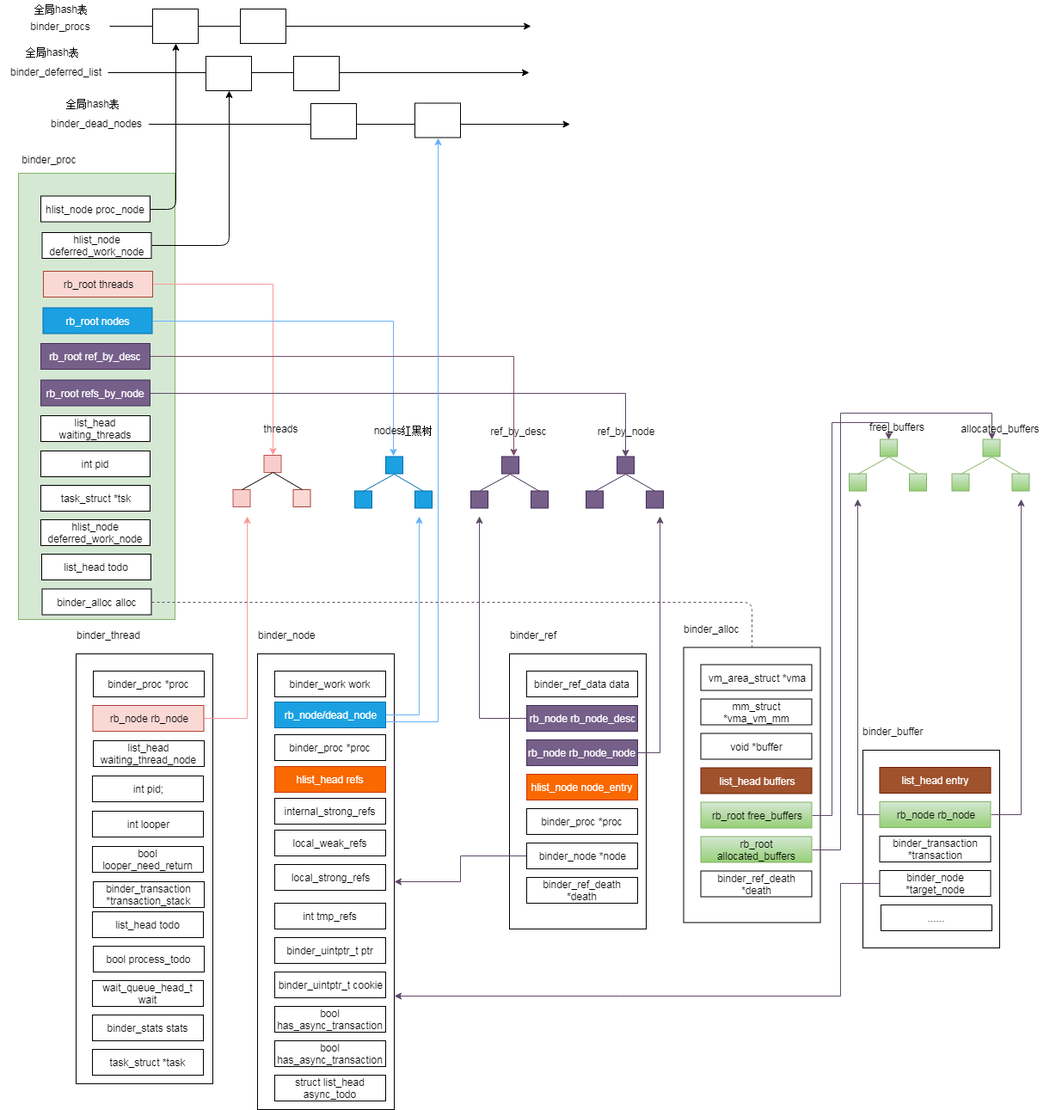
Before: binder/diagram/binder_data_structure_relationships.png, a diagram exported from draw.io (cuijpus/Android). Source tidied: cells renumbered, new cells last; positions are measured from the earlier drawing's top-left corner, leaving out a move shared by most shapes.
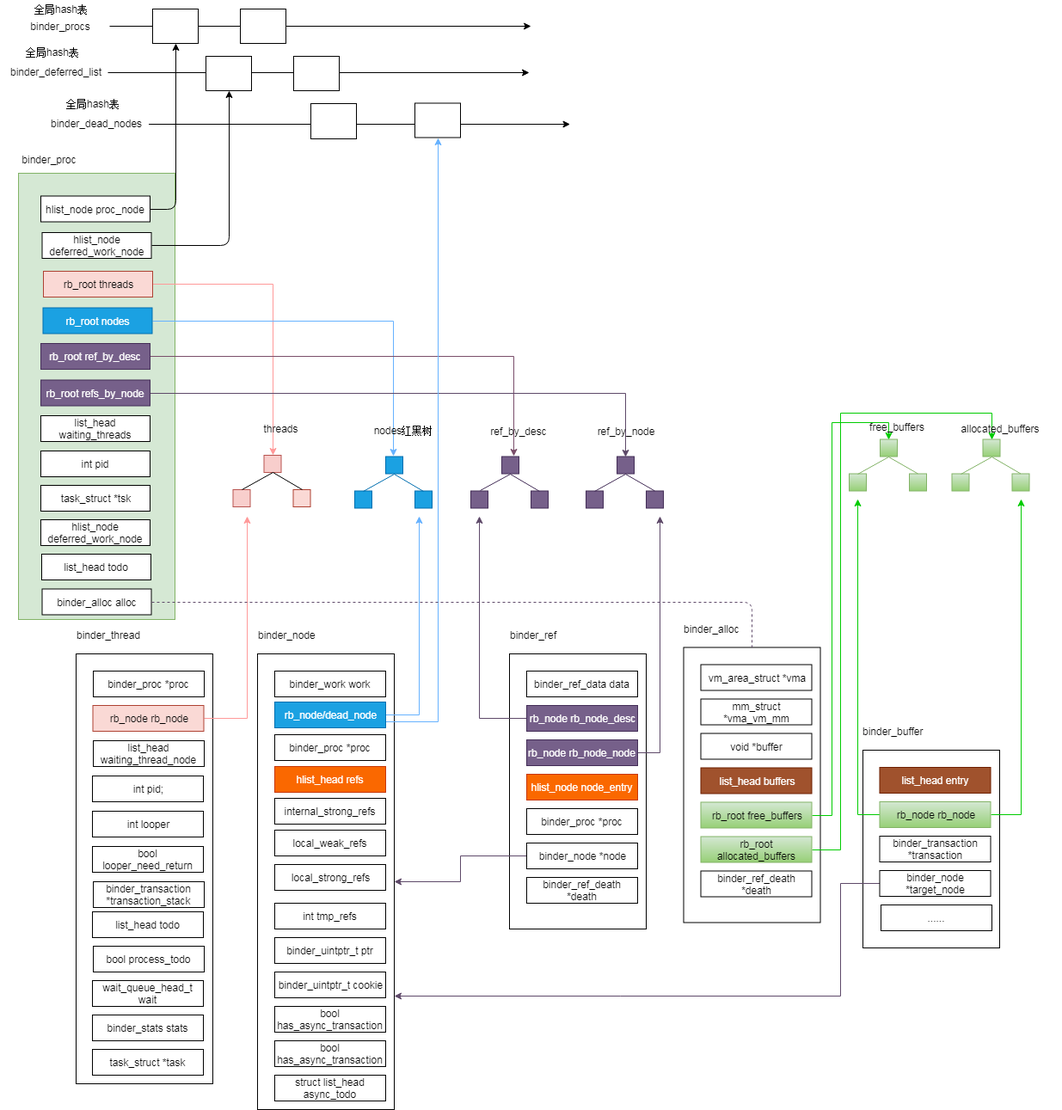
Later version of the same file.

The edit, as a diff of the source:
```diff
@@ -354,7 +354,7 @@
     <mxCell id="110" value="list_head buffers" style="rounded=0;whiteSpace=wrap;html=1;fillColor=#a0522d;strokeColor=#6D1F00;fontColor=#ffffff;" parent="1" vertex="1">
       <mxGeometry x="814.5" y="892.5" width="129" height="30" as="geometry" />
     </mxCell>
-    <mxCell id="111" style="edgeStyle=orthogonalEdgeStyle;rounded=0;jettySize=auto;html=1;exitX=1;exitY=0.5;exitDx=0;exitDy=0;entryX=0.5;entryY=0;entryDx=0;entryDy=0;strokeColor=#5E4969;" parent="1" edge="1" source="112" target="127">
+    <mxCell id="111" style="edgeStyle=orthogonalEdgeStyle;rounded=0;jettySize=auto;html=1;exitX=1;exitY=0.5;exitDx=0;exitDy=0;entryX=0.5;entryY=0;entryDx=0;entryDy=0;strokeColor=#00CC00;" parent="1" edge="1" source="112" target="127">
       <mxGeometry relative="1" as="geometry">
         <Array as="points">
           <mxPoint x="967" y="948" />
@@ -366,7 +366,7 @@
     <mxCell id="112" value="rb_root free_buffers" style="rounded=0;whiteSpace=wrap;html=1;fillColor=#d5e8d4;strokeColor=#82b366;gradientColor=#97d077;" parent="1" vertex="1">
       <mxGeometry x="814.5" y="932.5" width="129" height="30" as="geometry" />
     </mxCell>
-    <mxCell id="113" style="edgeStyle=orthogonalEdgeStyle;rounded=0;jettySize=auto;html=1;exitX=1;exitY=0.5;exitDx=0;exitDy=0;entryX=0.5;entryY=0;entryDx=0;entryDy=0;strokeColor=#5E4969;" parent="1" edge="1" source="114" target="132">
+    <mxCell id="113" style="edgeStyle=orthogonalEdgeStyle;rounded=0;jettySize=auto;html=1;exitX=1;exitY=0.5;exitDx=0;exitDy=0;entryX=0.5;entryY=0;entryDx=0;entryDy=0;strokeColor=#00CC00;" parent="1" edge="1" source="114" target="132">
       <mxGeometry relative="1" as="geometry">
         <Array as="points">
           <mxPoint x="977" y="988" />
@@ -390,12 +390,12 @@
     <mxCell id="118" value="binder_buffer" style="text;html=1;" parent="1" vertex="1">
       <mxGeometry x="1001" y="837" width="100" height="30" as="geometry" />
     </mxCell>
-    <mxCell id="119" style="edgeStyle=orthogonalEdgeStyle;rounded=0;jettySize=auto;html=1;exitX=0;exitY=0.5;exitDx=0;exitDy=0;strokeColor=#5E4969;" parent="1" edge="1" source="121">
+    <mxCell id="119" style="edgeStyle=orthogonalEdgeStyle;rounded=0;jettySize=auto;html=1;exitX=0;exitY=0.5;exitDx=0;exitDy=0;strokeColor=#00CC00;" parent="1" edge="1" source="121">
       <mxGeometry relative="1" as="geometry">
         <mxPoint x="997" y="580" as="targetPoint" />
       </mxGeometry>
     </mxCell>
-    <mxCell id="120" style="edgeStyle=orthogonalEdgeStyle;rounded=0;jettySize=auto;html=1;exitX=1;exitY=0.5;exitDx=0;exitDy=0;strokeColor=#5E4969;" parent="1" edge="1" source="121">
+    <mxCell id="120" style="edgeStyle=orthogonalEdgeStyle;rounded=0;jettySize=auto;html=1;exitX=1;exitY=0.5;exitDx=0;exitDy=0;strokeColor=#00CC00;" parent="1" edge="1" source="121">
       <mxGeometry relative="1" as="geometry">
         <mxPoint x="1187" y="580" as="targetPoint" />
       </mxGeometry>
```
